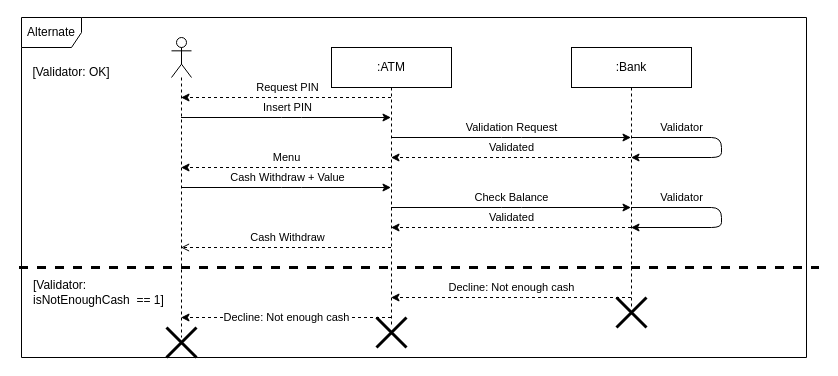
Earlier version of the draw.io diagram UML/11062022/Sequence.drawio (Tr-T59/Study). Source tidied: cells renumbered, new cells numbered last; positions are measured from the earlier drawing's top-left corner, leaving out a move shared by most shapes. Both pictures are drawn from the tidied source at 100%, with x=0, y=0 at pixel (19, 17).
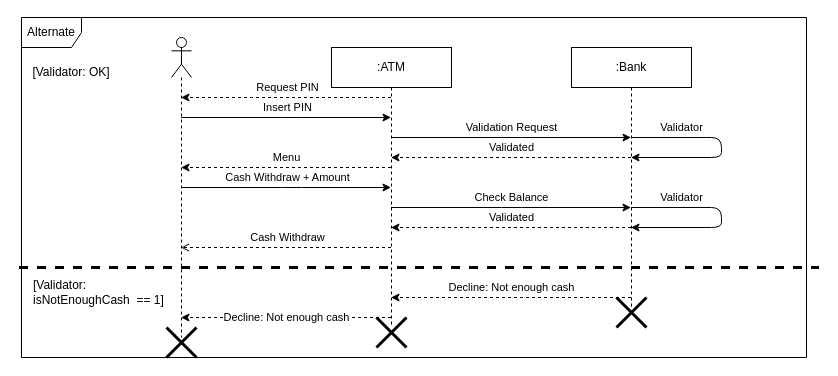
The same diagram, later.

The change refers to these unchanged cells:
```xml
<mxCell id="3" value=":ATM" style="shape=umlLifeline;perimeter=lifelinePerimeter;whiteSpace=wrap;html=1;outlineConnect=0;" parent="1" vertex="1">
  <mxGeometry x="312" y="30" width="120" height="280" as="geometry" />
</mxCell>
<mxCell id="6" style="shape=umlLifeline;participant=umlActor;perimeter=lifelinePerimeter;whiteSpace=wrap;html=1;verticalAlign=top;spacingTop=36;outlineConnect=0;" parent="1" vertex="1">
  <mxGeometry x="152" y="20" width="20" height="300" as="geometry" />
</mxCell>
```

The edit, as a diff of the source:
```diff
@@
-    <mxCell id="7" value="Cash Withdraw + Value" style="endArrow=classic;html=1;" parent="1" edge="1" source="6" target="3">
+    <mxCell id="7" value="Cash Withdraw + Amount" style="endArrow=classic;html=1;" parent="1" edge="1" source="6" target="3">
       <mxGeometry y="10" relative="1" as="geometry">
         <Array as="points">
           <mxPoint x="272" y="170" />
         </Array>
         <mxPoint x="1" as="offset" />
       </mxGeometry>
     </mxCell>
```
